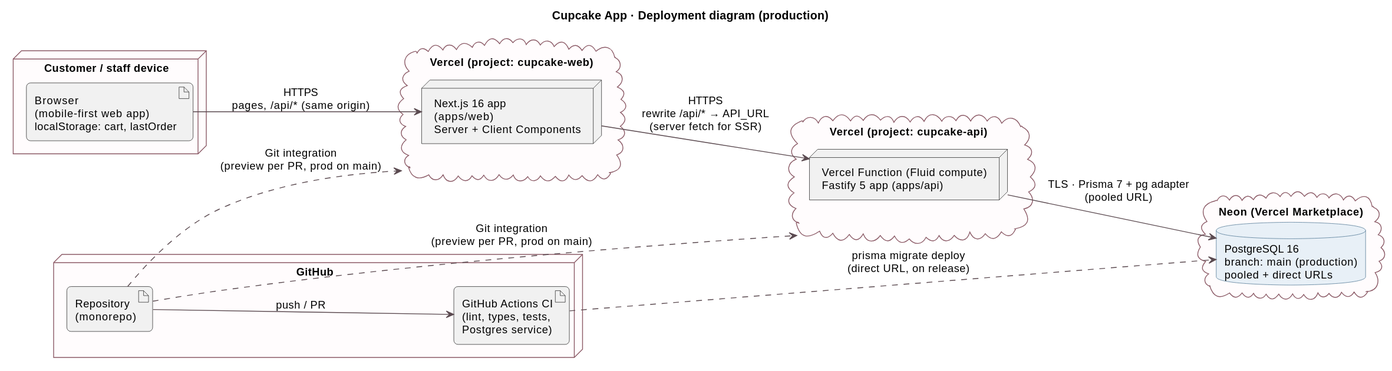
tiagopacedev/cupcake-app keeps this PlantUML diagram as docs/diagrams/architecture/deployment-diagram.svg. Above is the earlier version.
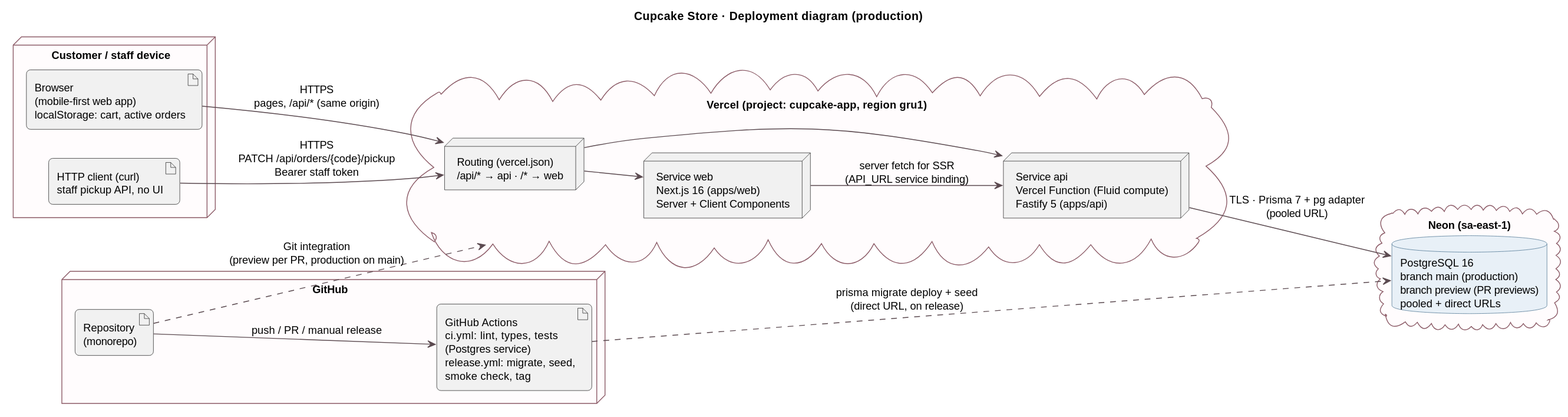
Later version of the same file.

What changed in the source:
```diff
@@ -1,34 +1,35 @@
 @startuml deployment-diagram
 !include ../_style.iuml
-title Cupcake App · Deployment diagram (production)
+title Cupcake Store · Deployment diagram (production)
 left to right direction
 
 node "Customer / staff device" as Dev {
-  artifact "Browser\n(mobile-first web app)\nlocalStorage: cart, lastOrder" as Browser
+  artifact "Browser\n(mobile-first web app)\nlocalStorage: cart, active orders" as Browser
+  artifact "HTTP client (curl)\nstaff pickup API, no UI" as Staff
 }
 
-cloud "Vercel (project: cupcake-web)" as VW {
-  node "Next.js 16 app\n(apps/web)\nServer + Client Components" as Web
+cloud "Vercel (project: cupcake-app, region gru1)" as V {
+  node "Routing (vercel.json)\n/api/* → api · /* → web" as Router
+  node "Service web\nNext.js 16 (apps/web)\nServer + Client Components" as Web
+  node "Service api\nVercel Function (Fluid compute)\nFastify 5 (apps/api)" as Api
 }
 
-cloud "Vercel (project: cupcake-api)" as VA {
-  node "Vercel Function (Fluid compute)\nFastify 5 app (apps/api)" as Api
-}
-
-cloud "Neon (Vercel Marketplace)" as N {
-  database "PostgreSQL 16\nbranch: main (production)\npooled + direct URLs" as Db
+cloud "Neon (sa-east-1)" as N {
+  database "PostgreSQL 16\nbranch main (production)\nbranch preview (PR previews)\npooled + direct URLs" as Db
 }
 
 node "GitHub" as GH {
   artifact "Repository\n(monorepo)" as Repo
-  artifact "GitHub Actions CI\n(lint, types, tests,\nPostgres service)" as CI
+  artifact "GitHub Actions\nci.yml: lint, types, tests\n(Postgres service)\nrelease.yml: migrate, seed,\nsmoke check, tag" as CI
 }
 
-Browser --> Web : HTTPS\npages, /api/* (same origin)
-Web --> Api : HTTPS\nrewrite /api/* → API_URL\n(server fetch for SSR)
+Browser --> Router : HTTPS\npages, /api/* (same origin)
+Staff --> Router : HTTPS\nPATCH /api/orders/{code}/pickup\nBearer staff token
+Router --> Web
+Router --> Api
+Web --> Api : server fetch for SSR\n(API_URL service binding)
 Api --> Db : TLS · Prisma 7 + pg adapter\n(pooled URL)
-CI ..> Db : prisma migrate deploy\n(direct URL, on release)
-Repo --> CI : push / PR
-Repo ..> VW : Git integration\n(preview per PR, prod on main)
-Repo ..> VA : Git integration\n(preview per PR, prod on main)
+CI ..> Db : prisma migrate deploy + seed\n(direct URL, on release)
+Repo --> CI : push / PR / manual release
+Repo ..> V : Git integration\n(preview per PR, production on main)
 @enduml
```
